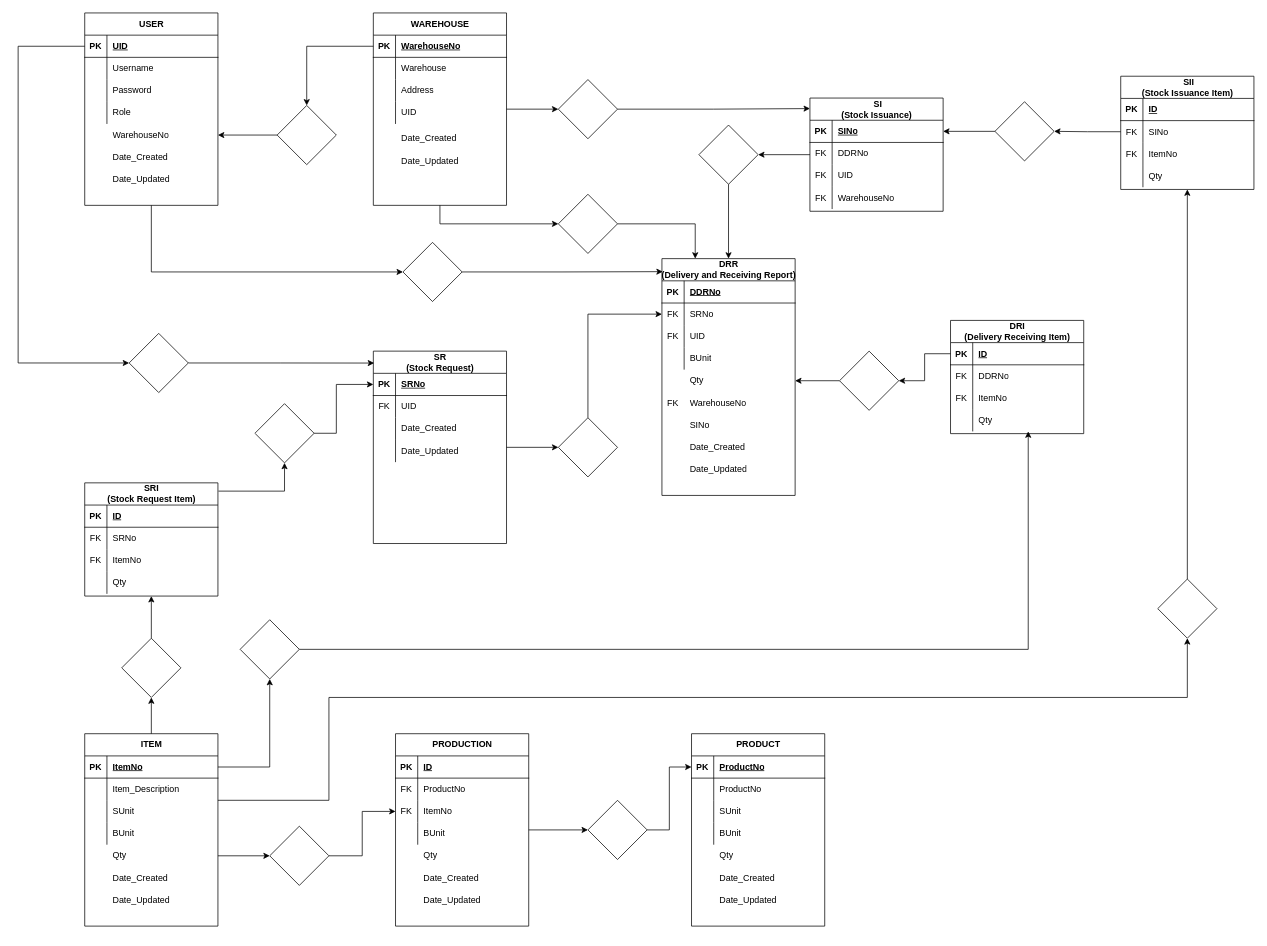
Before: Diagram.drawio in ediangca/ACES-POS, a draw.io diagram. Source tidied: cells renumbered, new cells numbered last; positions are measured from the earlier drawing's top-left corner, leaving out a move shared by most shapes. Both pictures are drawn from the tidied source at 74%, with x=0, y=0 at pixel (18, 13).
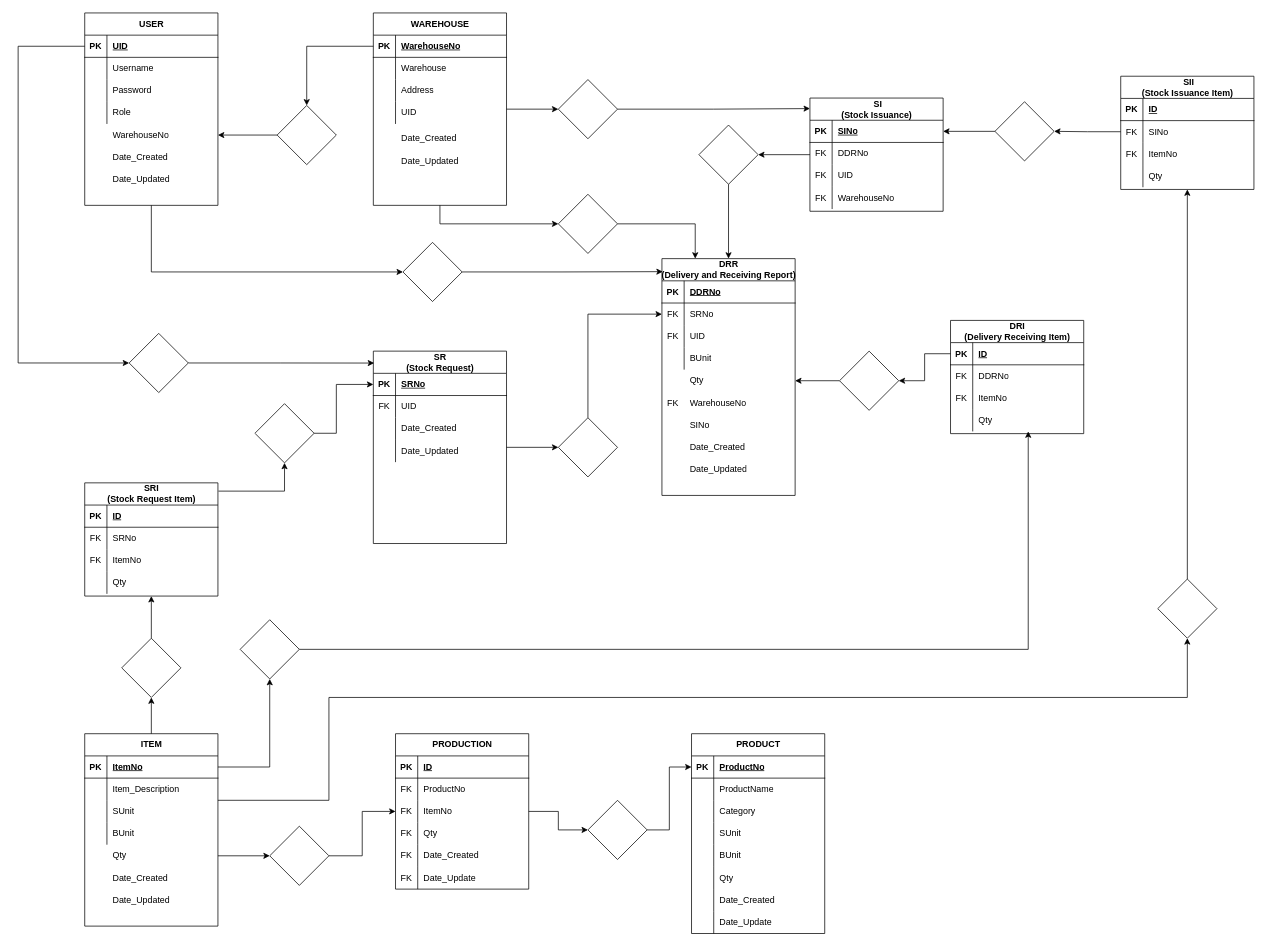
Above is the later version.

The change refers to these unchanged cells:
```xml
<mxCell id="56" style="shape=tableRow;horizontal=0;startSize=0;swimlaneHead=0;swimlaneBody=0;fillColor=none;top=0;left=0;right=0;bottom=0;" parent="52" vertex="1">
  <mxGeometry y="60" width="180" height="30" as="geometry" />
</mxCell>
<mxCell id="59" style="shape=tableRow;horizontal=0;startSize=0;swimlaneHead=0;swimlaneBody=0;fillColor=none;top=0;left=0;right=0;bottom=0;" parent="52" vertex="1">
  <mxGeometry y="90" width="180" height="30" as="geometry" />
</mxCell>
<mxCell id="62" style="shape=tableRow;horizontal=0;startSize=0;swimlaneHead=0;swimlaneBody=0;fillColor=none;top=0;left=0;right=0;bottom=0;" parent="52" vertex="1">
  <mxGeometry y="120" width="180" height="30" as="geometry" />
</mxCell>
<mxCell id="85" style="shape=tableRow;horizontal=0;startSize=0;swimlaneHead=0;swimlaneBody=0;fillColor=none;top=0;left=0;right=0;bottom=0;" parent="75" vertex="1">
  <mxGeometry y="120" width="180" height="30" as="geometry" />
</mxCell>
```

Change to the diagram source:
```diff
@@
     <mxCell id="51" style="group;" parent="1" vertex="1">
-      <mxGeometry x="910" y="974" width="180" height="260" as="geometry" />
+      <mxGeometry x="910" y="974" width="180" height="261" as="geometry" />
     </mxCell>
     <mxCell id="52" value="PRODUCT" style="shape=table;startSize=30;childLayout=tableLayout;rowLines=0;fontStyle=1;align=center;html=1;" parent="51" vertex="1">
-      <mxGeometry width="180" height="260" as="geometry" />
+      <mxGeometry width="180" height="270" as="geometry" />
     </mxCell>
@@
-    <mxCell id="58" value="ProductNo" style="shape=partialRectangle;fillColor=none;top=0;left=0;bottom=0;right=0;align=left;spacingLeft=6;overflow=hidden;whiteSpace=wrap;html=1;" parent="56" vertex="1">
+    <mxCell id="58" value="ProductName" style="shape=partialRectangle;fillColor=none;top=0;left=0;bottom=0;right=0;align=left;spacingLeft=6;overflow=hidden;whiteSpace=wrap;html=1;" parent="56" vertex="1">
       <mxGeometry x="30" width="150" height="30" as="geometry" />
     </mxCell>
@@
-    <mxCell id="61" value="SUnit" style="shape=partialRectangle;fillColor=none;top=0;left=0;bottom=0;right=0;align=left;spacingLeft=6;overflow=hidden;whiteSpace=wrap;html=1;" parent="59" vertex="1">
+    <mxCell id="61" value="Category" style="shape=partialRectangle;fillColor=none;top=0;left=0;bottom=0;right=0;align=left;spacingLeft=6;overflow=hidden;whiteSpace=wrap;html=1;" parent="59" vertex="1">
       <mxGeometry x="30" width="150" height="30" as="geometry" />
     </mxCell>
@@
-    <mxCell id="64" value="BUnit" style="shape=partialRectangle;fillColor=none;top=0;left=0;bottom=0;right=0;align=left;spacingLeft=6;overflow=hidden;whiteSpace=wrap;html=1;" parent="62" vertex="1">
+    <mxCell id="64" value="SU&lt;span style=&quot;background-color: initial;&quot;&gt;nit&lt;/span&gt;" style="shape=partialRectangle;fillColor=none;top=0;left=0;bottom=0;right=0;align=left;spacingLeft=6;overflow=hidden;whiteSpace=wrap;html=1;" parent="62" vertex="1">
       <mxGeometry x="30" width="150" height="30" as="geometry" />
     </mxCell>
-    <mxCell id="65" style="shape=tableRow;horizontal=0;startSize=0;swimlaneHead=0;swimlaneBody=0;fillColor=none;top=0;left=0;right=0;bottom=0;" parent="51" vertex="1">
-      <mxGeometry y="150" width="180" height="30" as="geometry" />
-    </mxCell>
-    <mxCell id="66" style="shape=partialRectangle;fillColor=none;top=0;left=0;bottom=0;right=0;overflow=hidden;whiteSpace=wrap;html=1;" parent="65" vertex="1">
-      <mxGeometry width="30" height="30" as="geometry" />
-    </mxCell>
-    <mxCell id="67" value="Qty" style="shape=partialRectangle;fillColor=none;top=0;left=0;bottom=0;right=0;align=left;spacingLeft=6;overflow=hidden;whiteSpace=wrap;html=1;" parent="65" vertex="1">
-      <mxGeometry x="30" width="150" height="30" as="geometry" />
-    </mxCell>
-    <mxCell id="68" style="shape=tableRow;horizontal=0;startSize=0;swimlaneHead=0;swimlaneBody=0;fillColor=none;top=0;left=0;right=0;bottom=0;" parent="51" vertex="1">
-      <mxGeometry y="180" width="180" height="30" as="geometry" />
-    </mxCell>
-    <mxCell id="69" style="shape=partialRectangle;fillColor=none;top=0;left=0;bottom=0;right=0;overflow=hidden;whiteSpace=wrap;html=1;" parent="68" vertex="1">
-      <mxGeometry width="30" height="30" as="geometry" />
-    </mxCell>
-    <mxCell id="70" value="Date_Created" style="shape=partialRectangle;fillColor=none;top=0;left=0;bottom=0;right=0;align=left;spacingLeft=6;overflow=hidden;whiteSpace=wrap;html=1;" parent="68" vertex="1">
-      <mxGeometry x="30" width="150" height="30" as="geometry" />
-    </mxCell>
+    <mxCell id="256" style="shape=tableRow;horizontal=0;startSize=0;swimlaneHead=0;swimlaneBody=0;fillColor=none;top=0;left=0;right=0;bottom=0;" parent="52" vertex="1">
+      <mxGeometry y="150" width="180" height="30" as="geometry" />
+    </mxCell>
+    <mxCell id="257" style="shape=partialRectangle;fillColor=none;top=0;left=0;bottom=0;right=0;overflow=hidden;whiteSpace=wrap;html=1;" parent="256" vertex="1">
+      <mxGeometry width="30" height="30" as="geometry" />
+    </mxCell>
+    <mxCell id="87" value="BUnit" style="shape=partialRectangle;fillColor=none;top=0;left=0;bottom=0;right=0;align=left;spacingLeft=6;overflow=hidden;whiteSpace=wrap;html=1;" parent="256" vertex="1">
+      <mxGeometry x="30" width="150" height="30" as="geometry" />
+    </mxCell>
+    <mxCell id="258" style="shape=tableRow;horizontal=0;startSize=0;swimlaneHead=0;swimlaneBody=0;fillColor=none;top=0;left=0;right=0;bottom=0;" parent="52" vertex="1">
+      <mxGeometry y="180" width="180" height="30" as="geometry" />
+    </mxCell>
+    <mxCell id="259" style="shape=partialRectangle;fillColor=none;top=0;left=0;bottom=0;right=0;overflow=hidden;whiteSpace=wrap;html=1;" parent="258" vertex="1">
+      <mxGeometry width="30" height="30" as="geometry" />
+    </mxCell>
+    <mxCell id="260" value="Qty" style="shape=partialRectangle;fillColor=none;top=0;left=0;bottom=0;right=0;align=left;spacingLeft=6;overflow=hidden;whiteSpace=wrap;html=1;" parent="258" vertex="1">
+      <mxGeometry x="30" width="150" height="30" as="geometry" />
+    </mxCell>
-    <mxCell id="71" style="shape=tableRow;horizontal=0;startSize=0;swimlaneHead=0;swimlaneBody=0;fillColor=none;top=0;left=0;right=0;bottom=0;" parent="51" vertex="1">
+    <mxCell id="71" style="shape=tableRow;horizontal=0;startSize=0;swimlaneHead=0;swimlaneBody=0;fillColor=none;top=0;left=0;right=0;bottom=0;" parent="52" vertex="1">
       <mxGeometry y="210" width="180" height="30" as="geometry" />
     </mxCell>
-    <mxCell id="72" style="shape=partialRectangle;fillColor=none;top=0;left=0;bottom=0;right=0;overflow=hidden;whiteSpace=wrap;html=1;" parent="71" vertex="1">
-      <mxGeometry width="30" height="30" as="geometry" />
-    </mxCell>
-    <mxCell id="73" value="Date_Updated" style="shape=partialRectangle;fillColor=none;top=0;left=0;bottom=0;right=0;align=left;spacingLeft=6;overflow=hidden;whiteSpace=wrap;html=1;" parent="71" vertex="1">
-      <mxGeometry x="30" width="150" height="30" as="geometry" />
-    </mxCell>
+    <mxCell id="261" style="shape=partialRectangle;fillColor=none;top=0;left=0;bottom=0;right=0;overflow=hidden;whiteSpace=wrap;html=1;" parent="71" vertex="1">
+      <mxGeometry width="30" height="30" as="geometry" />
+    </mxCell>
+    <mxCell id="262" value="Date_Created" style="shape=partialRectangle;fillColor=none;top=0;left=0;bottom=0;right=0;align=left;spacingLeft=6;overflow=hidden;whiteSpace=wrap;html=1;" parent="71" vertex="1">
+      <mxGeometry x="30" width="150" height="30" as="geometry" />
+    </mxCell>
+    <mxCell id="263" style="shape=tableRow;horizontal=0;startSize=0;swimlaneHead=0;swimlaneBody=0;fillColor=none;top=0;left=0;right=0;bottom=0;" parent="52" vertex="1">
+      <mxGeometry y="240" width="180" height="30" as="geometry" />
+    </mxCell>
+    <mxCell id="264" style="shape=partialRectangle;fillColor=none;top=0;left=0;bottom=0;right=0;overflow=hidden;whiteSpace=wrap;html=1;" parent="263" vertex="1">
+      <mxGeometry width="30" height="30" as="geometry" />
+    </mxCell>
+    <mxCell id="265" value="Date_Update" style="shape=partialRectangle;fillColor=none;top=0;left=0;bottom=0;right=0;align=left;spacingLeft=6;overflow=hidden;whiteSpace=wrap;html=1;" parent="263" vertex="1">
+      <mxGeometry x="30" width="150" height="30" as="geometry" />
+    </mxCell>
     <mxCell id="74" style="group;" parent="1" vertex="1">
-      <mxGeometry x="510" y="974" width="180" height="260" as="geometry" />
+      <mxGeometry x="510" y="974" width="180" height="211" as="geometry" />
     </mxCell>
     <mxCell id="75" value="PRODUCTION" style="shape=table;startSize=30;childLayout=tableLayout;rowLines=0;fontStyle=1;align=center;html=1;" parent="74" vertex="1">
-      <mxGeometry width="180" height="260" as="geometry" />
+      <mxGeometry width="180" height="210" as="geometry" />
     </mxCell>
@@
-    <mxCell id="86" style="shape=partialRectangle;fillColor=none;top=0;left=0;bottom=0;right=0;overflow=hidden;whiteSpace=wrap;html=1;" parent="85" vertex="1">
-      <mxGeometry width="30" height="30" as="geometry" />
-    </mxCell>
-    <mxCell id="87" value="BUnit" style="shape=partialRectangle;fillColor=none;top=0;left=0;bottom=0;right=0;align=left;spacingLeft=6;overflow=hidden;whiteSpace=wrap;html=1;" parent="85" vertex="1">
-      <mxGeometry x="30" width="150" height="30" as="geometry" />
-    </mxCell>
+    <mxCell id="266" value="FK" style="shape=partialRectangle;fillColor=none;top=0;left=0;bottom=0;right=0;overflow=hidden;whiteSpace=wrap;html=1;" parent="85" vertex="1">
+      <mxGeometry width="30" height="30" as="geometry" />
+    </mxCell>
+    <mxCell id="267" value="Qty" style="shape=partialRectangle;fillColor=none;top=0;left=0;bottom=0;right=0;align=left;spacingLeft=6;overflow=hidden;whiteSpace=wrap;html=1;" parent="85" vertex="1">
+      <mxGeometry x="30" width="150" height="30" as="geometry" />
+    </mxCell>
+    <mxCell id="268" style="shape=tableRow;horizontal=0;startSize=0;swimlaneHead=0;swimlaneBody=0;fillColor=none;top=0;left=0;right=0;bottom=0;" parent="75" vertex="1">
+      <mxGeometry y="150" width="180" height="30" as="geometry" />
+    </mxCell>
+    <mxCell id="269" value="FK" style="shape=partialRectangle;fillColor=none;top=0;left=0;bottom=0;right=0;overflow=hidden;whiteSpace=wrap;html=1;" parent="268" vertex="1">
+      <mxGeometry width="30" height="30" as="geometry" />
+    </mxCell>
+    <mxCell id="270" value="Date_Created" style="shape=partialRectangle;fillColor=none;top=0;left=0;bottom=0;right=0;align=left;spacingLeft=6;overflow=hidden;whiteSpace=wrap;html=1;" parent="268" vertex="1">
+      <mxGeometry x="30" width="150" height="30" as="geometry" />
+    </mxCell>
+    <mxCell id="271" style="shape=tableRow;horizontal=0;startSize=0;swimlaneHead=0;swimlaneBody=0;fillColor=none;top=0;left=0;right=0;bottom=0;" parent="75" vertex="1">
+      <mxGeometry y="180" width="180" height="30" as="geometry" />
+    </mxCell>
+    <mxCell id="272" value="FK" style="shape=partialRectangle;fillColor=none;top=0;left=0;bottom=0;right=0;overflow=hidden;whiteSpace=wrap;html=1;" parent="271" vertex="1">
+      <mxGeometry width="30" height="30" as="geometry" />
+    </mxCell>
+    <mxCell id="273" value="Date_Update" style="shape=partialRectangle;fillColor=none;top=0;left=0;bottom=0;right=0;align=left;spacingLeft=6;overflow=hidden;whiteSpace=wrap;html=1;" parent="271" vertex="1">
+      <mxGeometry x="30" width="150" height="30" as="geometry" />
+    </mxCell>
     <mxCell id="88" style="shape=tableRow;horizontal=0;startSize=0;swimlaneHead=0;swimlaneBody=0;fillColor=none;top=0;left=0;right=0;bottom=0;" parent="74" vertex="1">
-      <mxGeometry y="150" width="180" height="30" as="geometry" />
+      <mxGeometry y="121.7" width="180" height="24.3" as="geometry" />
     </mxCell>
     <mxCell id="89" style="shape=partialRectangle;fillColor=none;top=0;left=0;bottom=0;right=0;overflow=hidden;whiteSpace=wrap;html=1;" parent="88" vertex="1">
-      <mxGeometry width="30" height="30" as="geometry" />
+      <mxGeometry width="30" height="24.3" as="geometry" />
     </mxCell>
-    <mxCell id="90" value="Qty" style="shape=partialRectangle;fillColor=none;top=0;left=0;bottom=0;right=0;align=left;spacingLeft=6;overflow=hidden;whiteSpace=wrap;html=1;" parent="88" vertex="1">
-      <mxGeometry x="30" width="150" height="30" as="geometry" />
-    </mxCell>
     <mxCell id="91" style="shape=tableRow;horizontal=0;startSize=0;swimlaneHead=0;swimlaneBody=0;fillColor=none;top=0;left=0;right=0;bottom=0;" parent="74" vertex="1">
-      <mxGeometry y="180" width="180" height="30" as="geometry" />
+      <mxGeometry y="146.1" width="180" height="24.3" as="geometry" />
     </mxCell>
     <mxCell id="92" style="shape=partialRectangle;fillColor=none;top=0;left=0;bottom=0;right=0;overflow=hidden;whiteSpace=wrap;html=1;" parent="91" vertex="1">
-      <mxGeometry width="30" height="30" as="geometry" />
+      <mxGeometry width="30" height="24.3" as="geometry" />
     </mxCell>
-    <mxCell id="93" value="Date_Created" style="shape=partialRectangle;fillColor=none;top=0;left=0;bottom=0;right=0;align=left;spacingLeft=6;overflow=hidden;whiteSpace=wrap;html=1;" parent="91" vertex="1">
-      <mxGeometry x="30" width="150" height="30" as="geometry" />
-    </mxCell>
     <mxCell id="94" style="shape=tableRow;horizontal=0;startSize=0;swimlaneHead=0;swimlaneBody=0;fillColor=none;top=0;left=0;right=0;bottom=0;" parent="74" vertex="1">
-      <mxGeometry y="210" width="180" height="30" as="geometry" />
+      <mxGeometry y="170.4" width="180" height="24.3" as="geometry" />
     </mxCell>
     <mxCell id="95" style="shape=partialRectangle;fillColor=none;top=0;left=0;bottom=0;right=0;overflow=hidden;whiteSpace=wrap;html=1;" parent="94" vertex="1">
-      <mxGeometry width="30" height="30" as="geometry" />
+      <mxGeometry width="30" height="24.3" as="geometry" />
     </mxCell>
-    <mxCell id="96" value="Date_Updated" style="shape=partialRectangle;fillColor=none;top=0;left=0;bottom=0;right=0;align=left;spacingLeft=6;overflow=hidden;whiteSpace=wrap;html=1;" parent="94" vertex="1">
-      <mxGeometry x="30" width="150" height="30" as="geometry" />
-    </mxCell>
```
